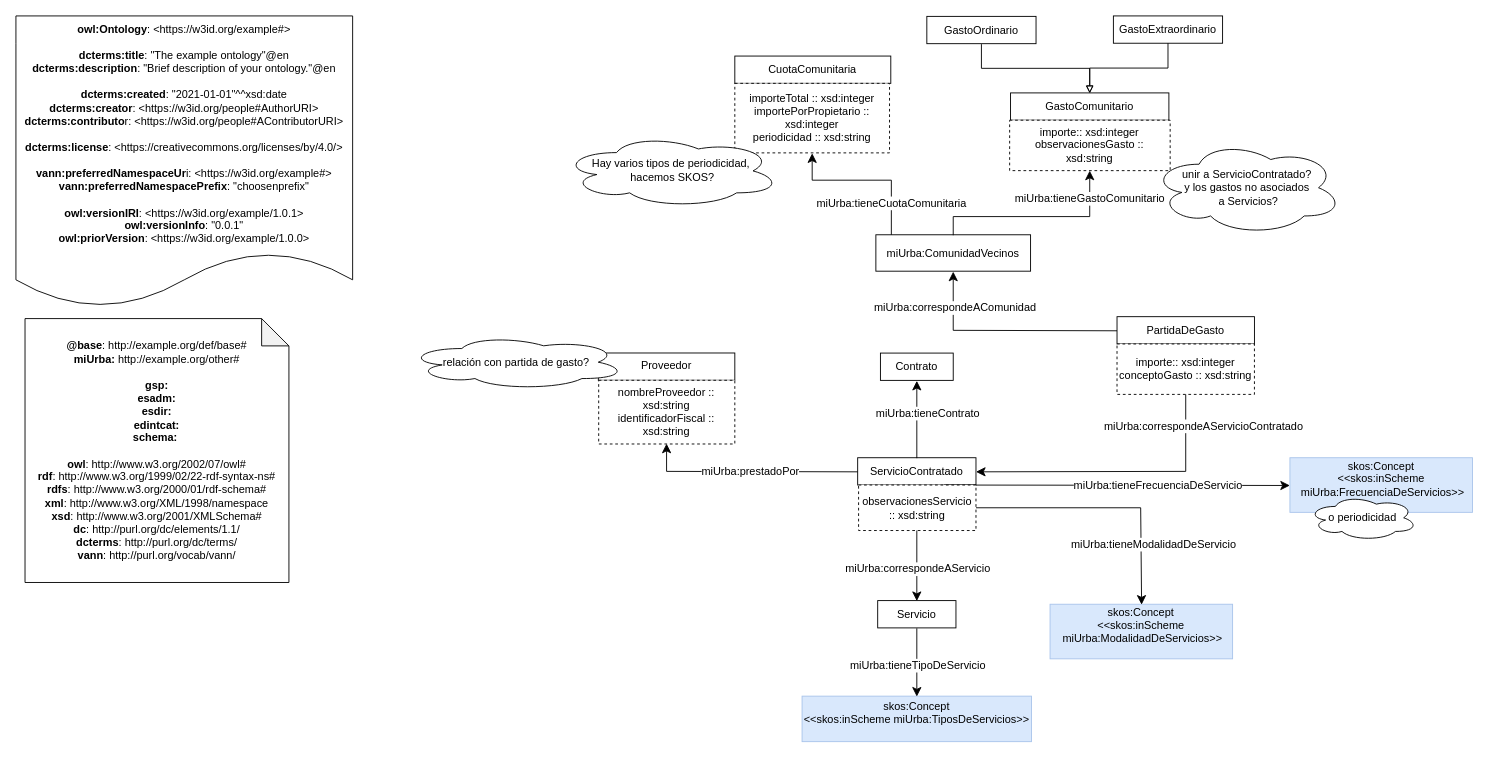
Above: page "gastos" (5 of 6) of diagrams/diagrama.drawio in oeg-upm/ontologia-miUrba (draw.io), before the change. Source tidied: cells renumbered, new cells numbered last; positions are measured from the earlier drawing's top-left corner, leaving out a move shared by most shapes. Both pictures are drawn from the tidied source at 91%, with x=0, y=0 at pixel (15, 15).
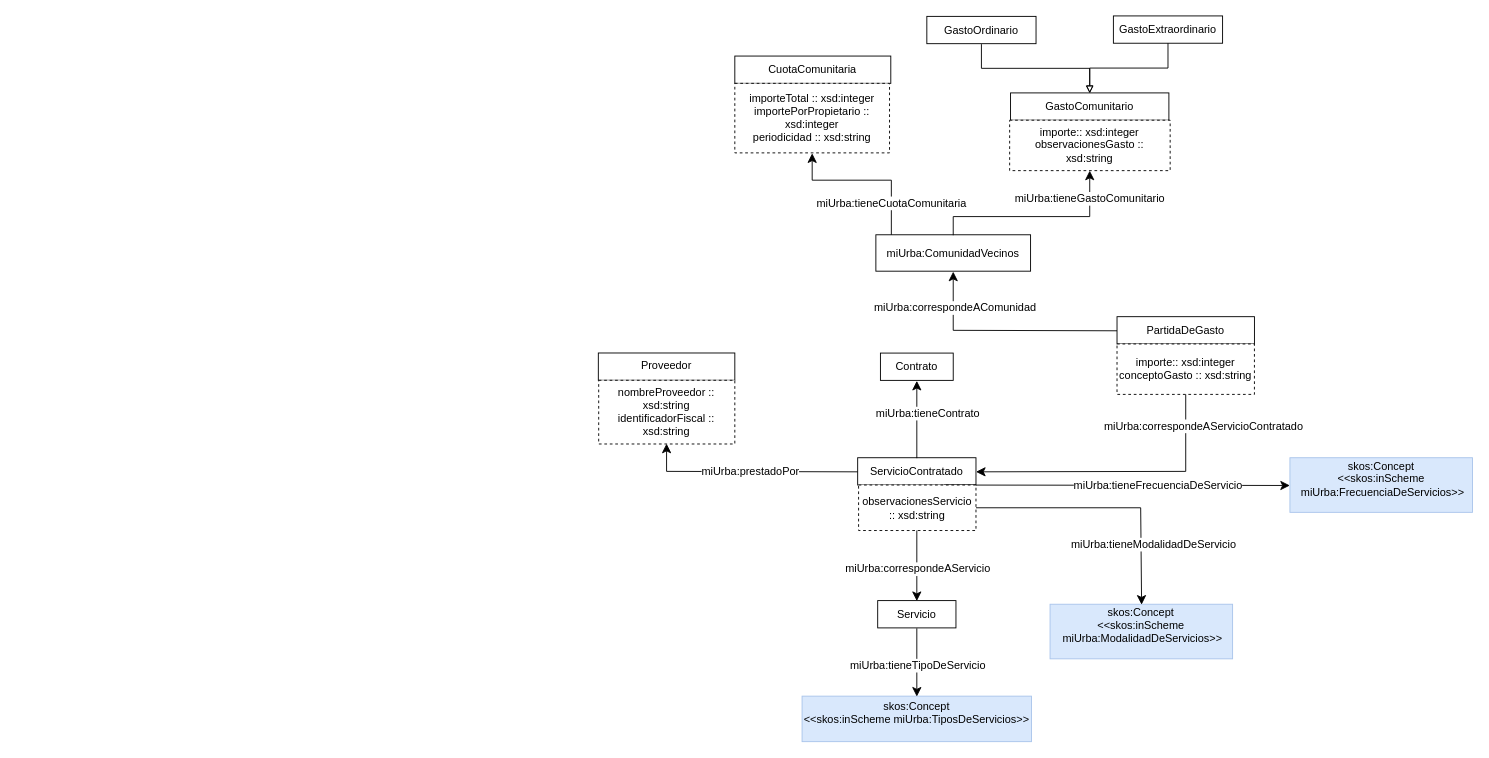
Above is the later version.

Commit message (it also covers changes not shown here):
Update ontology with annotations and SKOS lists

The edit, as a diff of the source:
```diff
@@
-    <mxCell id="7" value="&lt;div&gt;&lt;b style=&quot;border-color: var(--border-color);&quot;&gt;owl:Ontology&lt;/b&gt;: &amp;lt;https://w3id.org/example#&amp;gt;&lt;b&gt;&lt;br&gt;&lt;/b&gt;&lt;/div&gt;&lt;div&gt;&lt;b&gt;&lt;br&gt;&lt;/b&gt;&lt;/div&gt;&lt;div&gt;&lt;span style=&quot;background-color: light-dark(rgb(255, 255, 255), rgb(18, 18, 18));&quot;&gt;&lt;b&gt;dcterms&lt;/b&gt;&lt;/span&gt;&lt;b&gt;:title&lt;/b&gt;: &quot;The example ontology&quot;@en &lt;br&gt;&lt;b&gt;dcterms&lt;/b&gt;&lt;b&gt;:description&lt;/b&gt;: &quot;Brief description of your ontology.&quot;@en &lt;br&gt;&lt;br&gt;&lt;b&gt;dcterms&lt;/b&gt;&lt;b&gt;:created&lt;/b&gt;: &quot;2021-01-01&quot;^^xsd:date &lt;br&gt;&lt;b&gt;dcterms&lt;/b&gt;&lt;b&gt;:creator&lt;/b&gt;: &amp;lt;https://w3id.org/people#AuthorURI&amp;gt;&lt;br&gt;&lt;b&gt;dcterms&lt;/b&gt;&lt;b&gt;:contributo&lt;/b&gt;r: &amp;lt;https://w3id.org/people#AContributorURI&amp;gt;&lt;br&gt;&lt;br&gt;&lt;b&gt;dcterms&lt;/b&gt;&lt;b&gt;:license&lt;/b&gt;: &amp;lt;https://creativecommons.org/licenses/by/4.0/&amp;gt;&lt;br&gt;&lt;/div&gt;&lt;div&gt;&lt;br&gt;&lt;/div&gt;&lt;div&gt;&lt;b&gt;vann:preferredNamespaceUr&lt;/b&gt;i: &amp;lt;https://w3id.org/example#&amp;gt;&lt;br&gt;&lt;b&gt;vann:preferredNamespacePrefix&lt;/b&gt;: &quot;choosenprefix&quot; &lt;br&gt;&lt;br&gt;&lt;b&gt;owl:versionIRI&lt;/b&gt;: &amp;lt;https://w3id.org/example/1.0.1&amp;gt;&lt;br&gt;&lt;b&gt;owl:versionInfo&lt;/b&gt;: &quot;0.0.1&quot;&lt;br&gt;&lt;b&gt;owl:priorVersion&lt;/b&gt;: &amp;lt;https://w3id.org/example/1.0.0&amp;gt;&lt;br&gt;&lt;/div&gt;" style="shape=document;whiteSpace=wrap;html=1;boundedLbl=1;labelBackgroundColor=#ffffff;strokeColor=#000000;fontSize=12;fontColor=#000000;size=0.1875;" parent="1" vertex="1">
-      <mxGeometry width="370" height="320" as="geometry" />
-    </mxCell>
-    <mxCell id="8" value="&lt;div&gt;&lt;b&gt;@base&lt;/b&gt;: http://example.org/def/base#&lt;/div&gt;&lt;div style=&quot;&quot;&gt;&lt;b&gt;miUrba:&lt;/b&gt; http://example.org/other#&lt;br&gt;&lt;/div&gt;&lt;div style=&quot;&quot;&gt;&lt;br&gt;&lt;/div&gt;&lt;div style=&quot;&quot;&gt;&lt;b&gt;gsp:&lt;/b&gt;&lt;/div&gt;&lt;div style=&quot;&quot;&gt;&lt;b&gt;esadm:&lt;/b&gt;&lt;/div&gt;&lt;div style=&quot;&quot;&gt;&lt;b&gt;esdir:&lt;/b&gt;&lt;/div&gt;&lt;div style=&quot;&quot;&gt;&lt;b&gt;edintcat:&lt;/b&gt;&lt;/div&gt;&lt;div style=&quot;&quot;&gt;&lt;b&gt;schema:&amp;nbsp;&lt;/b&gt;&lt;/div&gt;&lt;div style=&quot;&quot;&gt;&lt;br&gt;&lt;/div&gt;&lt;div&gt;&lt;div style=&quot;&quot;&gt;&lt;b&gt;owl&lt;/b&gt;: http://www.w3.org/2002/07/owl#&lt;/div&gt;&lt;div&gt;&lt;b&gt;rdf&lt;/b&gt;: http://www.w3.org/1999/02/22-rdf-syntax-ns#&lt;/div&gt;&lt;div&gt;&lt;b&gt;rdfs&lt;/b&gt;: http://www.w3.org/2000/01/rdf-schema#&lt;/div&gt;&lt;div&gt;&lt;b&gt;xml&lt;/b&gt;: http://www.w3.org/XML/1998/namespace&lt;/div&gt;&lt;div&gt;&lt;b&gt;xsd&lt;/b&gt;: http://www.w3.org/2001/XMLSchema#&lt;/div&gt;&lt;div&gt;&lt;b&gt;dc&lt;/b&gt;: http://purl.org/dc/elements/1.1/&lt;/div&gt;&lt;div&gt;&lt;b&gt;dcterms&lt;/b&gt;: http://purl.org/dc/terms/&lt;/div&gt;&lt;div&gt;&lt;b&gt;vann&lt;/b&gt;: http://purl.org/vocab/vann/&lt;/div&gt;&lt;/div&gt;" style="shape=note;whiteSpace=wrap;html=1;backgroundOutline=1;darkOpacity=0.05;" parent="1" vertex="1">
-      <mxGeometry x="10" y="332.6" width="290" height="290" as="geometry" />
-    </mxCell>
@@
-    <mxCell id="20" value="o periodicidad" style="ellipse;shape=cloud;whiteSpace=wrap;html=1;" parent="1" vertex="1">
-      <mxGeometry x="1420" y="526.5" width="120" height="50" as="geometry" />
-    </mxCell>
@@
-    <mxCell id="38" value="&lt;div&gt;&lt;br&gt;&lt;/div&gt;unir a ServicioContratado?&lt;div&gt;y los gastos no asociados&lt;/div&gt;&lt;div&gt;&amp;nbsp;a Servicios?&lt;/div&gt;&lt;div&gt;&lt;br&gt;&lt;/div&gt;" style="ellipse;shape=cloud;whiteSpace=wrap;html=1;" parent="1" vertex="1">
-      <mxGeometry x="1247.7" y="137.1" width="210" height="103.4" as="geometry" />
-    </mxCell>
@@
-    <mxCell id="45" value="Hay varios tipos de periodicidad,&lt;div&gt;&amp;nbsp;hacemos SKOS?&lt;/div&gt;" style="ellipse;shape=cloud;whiteSpace=wrap;html=1;" parent="1" vertex="1">
-      <mxGeometry x="600" y="130.1" width="240" height="80.4" as="geometry" />
-    </mxCell>
@@
-    <mxCell id="47" value="relación con partida de gasto?" style="ellipse;shape=cloud;whiteSpace=wrap;html=1;" parent="1" vertex="1">
-      <mxGeometry x="430" y="350.5" width="240" height="60" as="geometry" />
-    </mxCell>
```
